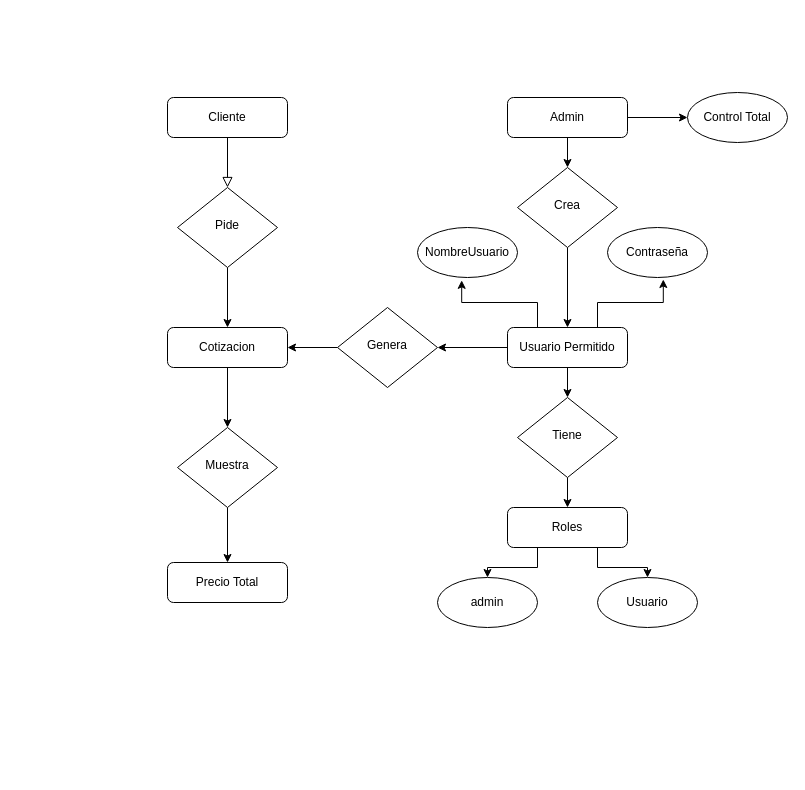
JorgeJr1904/appCotizacionBack keeps this draw.io diagram as Untitled Diagram.drawio. Above is the earlier version. Source tidied: cells renumbered, new cells numbered last; positions are measured from the earlier drawing's top-left corner, leaving out a move shared by most shapes. Both pictures are drawn from the tidied source at 100%, with x=0, y=0 at pixel (167, 92).
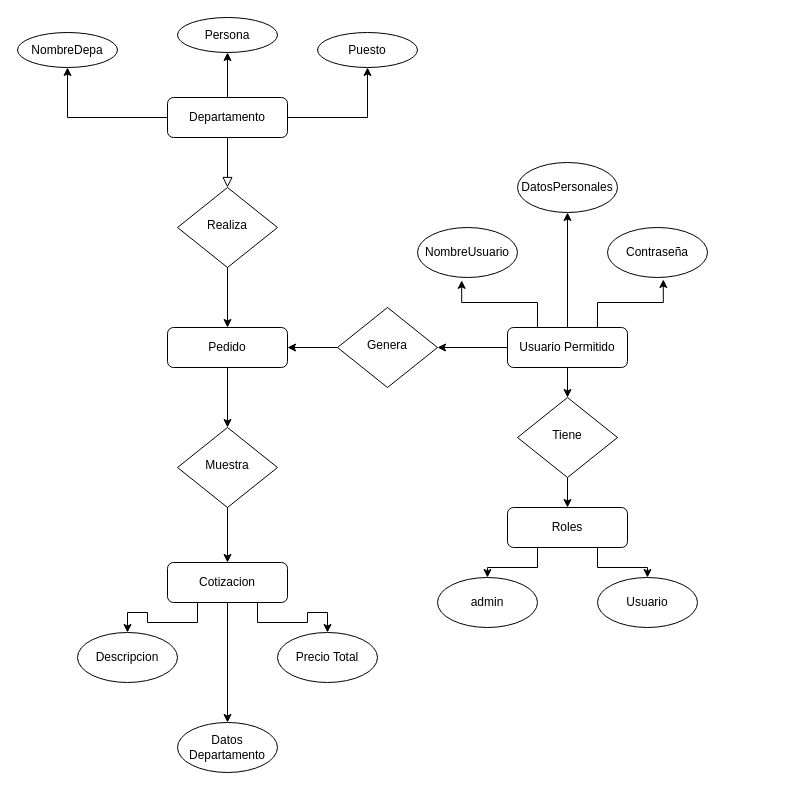
The same page after the edit.

The change refers to these unchanged cells:
```xml
<mxCell id="17" value="Usuario Permitido" style="rounded=1;whiteSpace=wrap;html=1;fontSize=12;glass=0;strokeWidth=1;shadow=0;" parent="1" vertex="1">
  <mxGeometry x="340" y="235" width="120" height="40" as="geometry" />
</mxCell>
```

Diff of the diagram source:
```diff
@@
+    <mxCell id="33" style="edgeStyle=orthogonalEdgeStyle;rounded=0;jettySize=auto;html=1;exitX=0.5;exitY=0;exitDx=0;exitDy=0;entryX=0.5;entryY=1;entryDx=0;entryDy=0;" parent="1" edge="1" source="3" target="41">
+      <mxGeometry relative="1" as="geometry" />
+    </mxCell>
+    <mxCell id="34" style="edgeStyle=orthogonalEdgeStyle;rounded=0;jettySize=auto;html=1;exitX=1;exitY=0.5;exitDx=0;exitDy=0;entryX=0.5;entryY=1;entryDx=0;entryDy=0;" parent="1" edge="1" source="3" target="42">
+      <mxGeometry relative="1" as="geometry" />
+    </mxCell>
+    <mxCell id="35" style="edgeStyle=orthogonalEdgeStyle;rounded=0;jettySize=auto;html=1;exitX=0;exitY=0.5;exitDx=0;exitDy=0;entryX=0.5;entryY=1;entryDx=0;entryDy=0;" parent="1" edge="1" source="3" target="40">
+      <mxGeometry relative="1" as="geometry" />
+    </mxCell>
-    <mxCell id="3" value="Cliente" style="rounded=1;whiteSpace=wrap;html=1;fontSize=12;glass=0;strokeWidth=1;shadow=0;" parent="1" vertex="1">
+    <mxCell id="3" value="Departamento" style="rounded=1;whiteSpace=wrap;html=1;fontSize=12;glass=0;strokeWidth=1;shadow=0;" parent="1" vertex="1">
       <mxGeometry y="5" width="120" height="40" as="geometry" />
     </mxCell>
@@
-    <mxCell id="5" value="Pide" style="rhombus;whiteSpace=wrap;html=1;shadow=0;fontFamily=Helvetica;fontSize=12;align=center;strokeWidth=1;spacing=6;spacingTop=-4;" parent="1" vertex="1">
+    <mxCell id="5" value="Realiza" style="rhombus;whiteSpace=wrap;html=1;shadow=0;fontFamily=Helvetica;fontSize=12;align=center;strokeWidth=1;spacing=6;spacingTop=-4;" parent="1" vertex="1">
       <mxGeometry x="10" y="95" width="100" height="80" as="geometry" />
     </mxCell>
+    <mxCell id="36" style="edgeStyle=orthogonalEdgeStyle;rounded=0;jettySize=auto;html=1;exitX=0.25;exitY=1;exitDx=0;exitDy=0;entryX=0.5;entryY=0;entryDx=0;entryDy=0;" parent="1" edge="1" source="6" target="44">
+      <mxGeometry relative="1" as="geometry" />
+    </mxCell>
+    <mxCell id="37" style="edgeStyle=orthogonalEdgeStyle;rounded=0;jettySize=auto;html=1;exitX=0.75;exitY=1;exitDx=0;exitDy=0;entryX=0.5;entryY=0;entryDx=0;entryDy=0;" parent="1" edge="1" source="6" target="46">
+      <mxGeometry relative="1" as="geometry" />
+    </mxCell>
+    <mxCell id="38" style="edgeStyle=orthogonalEdgeStyle;rounded=0;jettySize=auto;html=1;exitX=0.5;exitY=1;exitDx=0;exitDy=0;entryX=0.5;entryY=0;entryDx=0;entryDy=0;" parent="1" edge="1" source="6" target="45">
+      <mxGeometry relative="1" as="geometry" />
+    </mxCell>
-    <mxCell id="6" value="Precio Total" style="rounded=1;whiteSpace=wrap;html=1;fontSize=12;glass=0;strokeWidth=1;shadow=0;" parent="1" vertex="1">
+    <mxCell id="6" value="Cotizacion" style="rounded=1;whiteSpace=wrap;html=1;fontSize=12;glass=0;strokeWidth=1;shadow=0;" parent="1" vertex="1">
       <mxGeometry y="470" width="120" height="40" as="geometry" />
     </mxCell>
@@
-    <mxCell id="10" value="Cotizacion" style="rounded=1;whiteSpace=wrap;html=1;fontSize=12;glass=0;strokeWidth=1;shadow=0;" parent="1" vertex="1">
+    <mxCell id="10" value="Pedido" style="rounded=1;whiteSpace=wrap;html=1;fontSize=12;glass=0;strokeWidth=1;shadow=0;" parent="1" vertex="1">
       <mxGeometry y="235" width="120" height="40" as="geometry" />
     </mxCell>
@@
+    <mxCell id="39" style="edgeStyle=orthogonalEdgeStyle;rounded=0;jettySize=auto;html=1;exitX=0.5;exitY=0;exitDx=0;exitDy=0;entryX=0.5;entryY=1;entryDx=0;entryDy=0;" parent="1" edge="1" source="17" target="43">
+      <mxGeometry relative="1" as="geometry" />
+    </mxCell>
@@
-    <mxCell id="27" style="edgeStyle=orthogonalEdgeStyle;rounded=0;jettySize=auto;html=1;" parent="1" edge="1" source="29" target="31">
-      <mxGeometry relative="1" as="geometry" />
-    </mxCell>
-    <mxCell id="28" style="edgeStyle=orthogonalEdgeStyle;rounded=0;jettySize=auto;html=1;exitX=1;exitY=0.5;exitDx=0;exitDy=0;" parent="1" edge="1" source="29" target="32">
-      <mxGeometry relative="1" as="geometry" />
-    </mxCell>
-    <mxCell id="29" value="Admin" style="rounded=1;whiteSpace=wrap;html=1;fontSize=12;glass=0;strokeWidth=1;shadow=0;" parent="1" vertex="1">
-      <mxGeometry x="340" y="5" width="120" height="40" as="geometry" />
-    </mxCell>
-    <mxCell id="30" style="edgeStyle=orthogonalEdgeStyle;rounded=0;jettySize=auto;html=1;" parent="1" edge="1" source="31" target="17">
-      <mxGeometry relative="1" as="geometry" />
-    </mxCell>
-    <mxCell id="31" value="Crea" style="rhombus;whiteSpace=wrap;html=1;shadow=0;fontFamily=Helvetica;fontSize=12;align=center;strokeWidth=1;spacing=6;spacingTop=-4;" parent="1" vertex="1">
-      <mxGeometry x="350" y="75" width="100" height="80" as="geometry" />
-    </mxCell>
-    <mxCell id="32" value="Control Total" style="ellipse;whiteSpace=wrap;html=1;" parent="1" vertex="1">
-      <mxGeometry x="520" width="100" height="50" as="geometry" />
-    </mxCell>
+    <mxCell id="40" value="NombreDepa" style="ellipse;whiteSpace=wrap;html=1;" parent="1" vertex="1">
+      <mxGeometry x="-150" y="-60" width="100" height="35" as="geometry" />
+    </mxCell>
+    <mxCell id="41" value="Persona" style="ellipse;whiteSpace=wrap;html=1;" parent="1" vertex="1">
+      <mxGeometry x="10" y="-75" width="100" height="35" as="geometry" />
+    </mxCell>
+    <mxCell id="42" value="Puesto" style="ellipse;whiteSpace=wrap;html=1;" parent="1" vertex="1">
+      <mxGeometry x="150" y="-60" width="100" height="35" as="geometry" />
+    </mxCell>
+    <mxCell id="43" value="DatosPersonales" style="ellipse;whiteSpace=wrap;html=1;" parent="1" vertex="1">
+      <mxGeometry x="350" y="70" width="100" height="50" as="geometry" />
+    </mxCell>
+    <mxCell id="44" value="Descripcion" style="ellipse;whiteSpace=wrap;html=1;" parent="1" vertex="1">
+      <mxGeometry x="-90" y="540" width="100" height="50" as="geometry" />
+    </mxCell>
+    <mxCell id="45" value="Datos Departamento" style="ellipse;whiteSpace=wrap;html=1;" parent="1" vertex="1">
+      <mxGeometry x="10" y="630" width="100" height="50" as="geometry" />
+    </mxCell>
+    <mxCell id="46" value="Precio Total" style="ellipse;whiteSpace=wrap;html=1;" parent="1" vertex="1">
+      <mxGeometry x="110" y="540" width="100" height="50" as="geometry" />
+    </mxCell>
```
